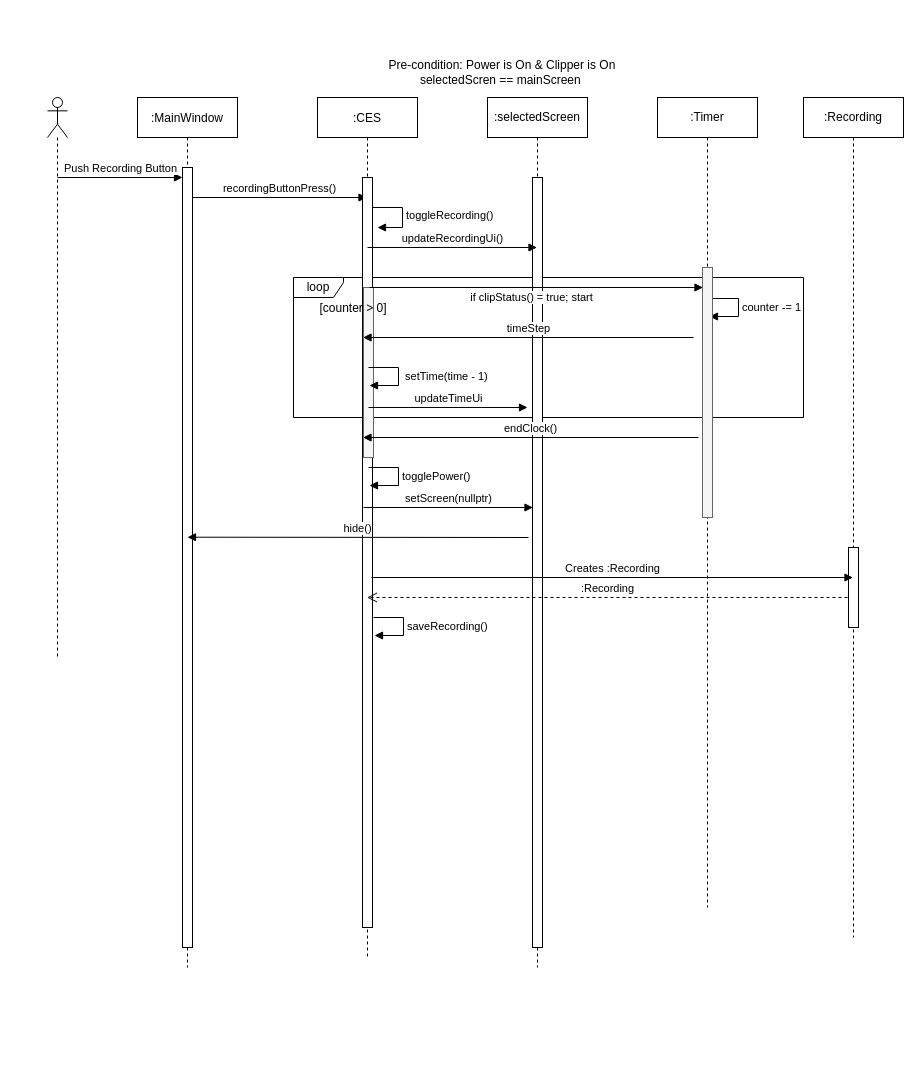
Above: page "Page-2" (2 of 3) of Documentation/scenario.drawio in willwright1213/CESSimulator (draw.io), before the change. Source tidied: cells renumbered, new cells numbered last; positions are measured from the earlier drawing's top-left corner, leaving out a move shared by most shapes. Both pictures are drawn from the tidied source at 100%, with x=0, y=0 at pixel (47, 57).
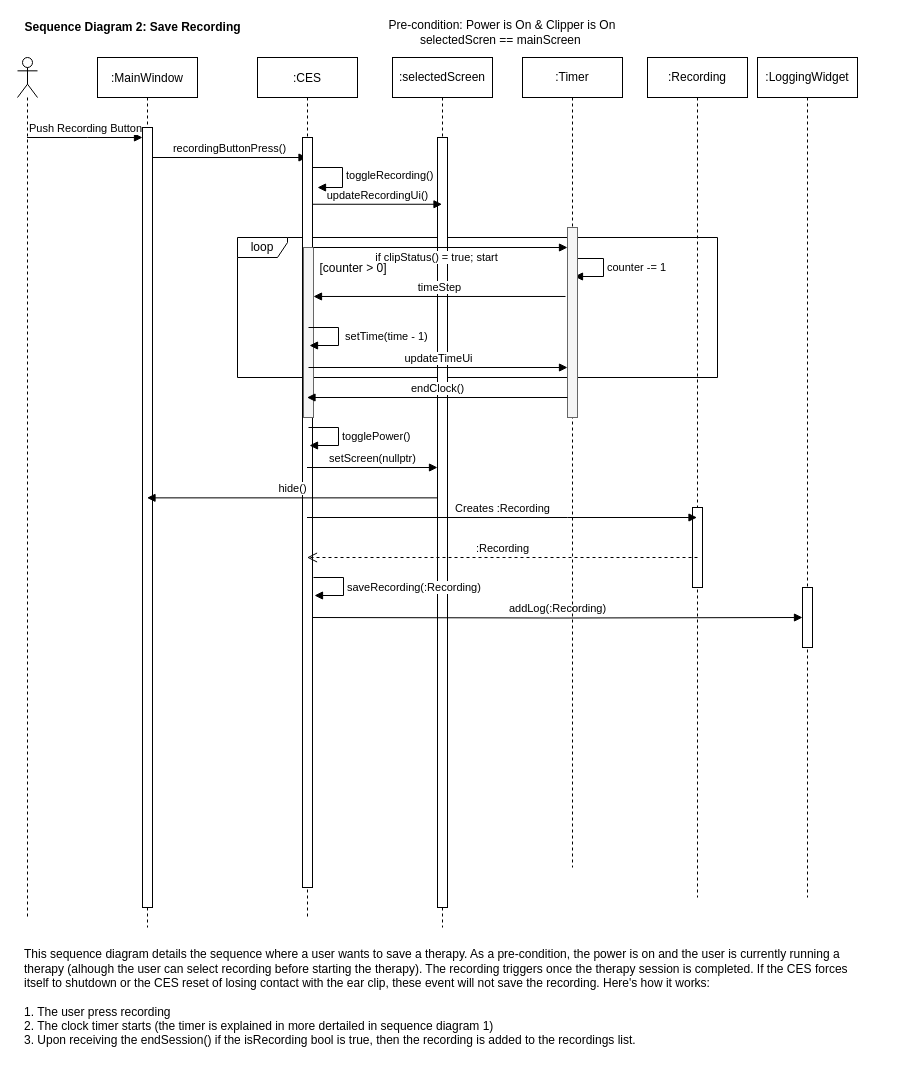
The same page after the edit.

The change refers to these unchanged cells:
```xml
<mxCell id="5" style="points=[];perimeter=orthogonalPerimeter;rounded=0;shadow=0;strokeWidth=1;" parent="4" vertex="1">
  <mxGeometry x="45" y="70" width="10" height="780" as="geometry" />
</mxCell>
<mxCell id="8" style="points=[];perimeter=orthogonalPerimeter;rounded=0;shadow=0;strokeWidth=1;" parent="7" vertex="1">
  <mxGeometry x="45" y="80" width="10" height="750" as="geometry" />
</mxCell>
<mxCell id="9" style="html=1;points=[];perimeter=orthogonalPerimeter;fillColor=#f5f5f5;fontColor=#333333;strokeColor=#666666;" parent="7" vertex="1">
  <mxGeometry x="46" y="190" width="10" height="170" as="geometry" />
</mxCell>
```

The edit, as a diff of the source:
```diff
@@
     <mxCell id="2" value="loop" style="shape=umlFrame;whiteSpace=wrap;html=1;width=50;height=20;" parent="1" vertex="1">
-      <mxGeometry x="246" y="220" width="510" height="140" as="geometry" />
+      <mxGeometry x="190" y="180" width="480" height="140" as="geometry" />
     </mxCell>
     <mxCell id="3" value=":selectedScreen" style="shape=umlLifeline;perimeter=lifelinePerimeter;whiteSpace=wrap;html=1;outlineConnect=0;" parent="1" vertex="1">
-      <mxGeometry x="440" y="40" width="100" height="870" as="geometry" />
+      <mxGeometry x="345" width="100" height="870" as="geometry" />
     </mxCell>
+    <mxCell id="15" style="html=1;points=[];perimeter=orthogonalPerimeter;" parent="3" vertex="1">
+      <mxGeometry x="45" y="80" width="10" height="770" as="geometry" />
+    </mxCell>
     <mxCell id="4" value=":MainWindow" style="shape=umlLifeline;perimeter=lifelinePerimeter;rounded=0;shadow=0;strokeWidth=1;" parent="1" vertex="1">
-      <mxGeometry x="90" y="40" width="100" height="870" as="geometry" />
+      <mxGeometry x="50" width="100" height="870" as="geometry" />
     </mxCell>
@@
     <mxCell id="7" value=":CES" style="shape=umlLifeline;perimeter=lifelinePerimeter;rounded=0;shadow=0;strokeWidth=1;" parent="1" vertex="1">
-      <mxGeometry x="270" y="40" width="100" height="860" as="geometry" />
+      <mxGeometry x="210" width="100" height="860" as="geometry" />
     </mxCell>
@@
-    <mxCell id="11" value="updateTimeUi" style="html=1;verticalAlign=bottom;endArrow=block;rounded=0;exitX=-0.2;exitY=0.75;exitDx=0;exitDy=0;exitPerimeter=0;" parent="7" edge="1">
+    <mxCell id="11" value="updateTimeUi" style="html=1;verticalAlign=bottom;endArrow=block;rounded=0;exitX=-0.2;exitY=0.75;exitDx=0;exitDy=0;exitPerimeter=0;" parent="7" edge="1" target="20">
       <mxGeometry relative="1" as="geometry">
         <mxPoint x="51" y="310" as="sourcePoint" />
-        <mxPoint x="210" y="310" as="targetPoint" />
       </mxGeometry>
     </mxCell>
@@
-    <mxCell id="14" value="saveRecording()" style="edgeStyle=orthogonalEdgeStyle;html=1;align=left;spacingLeft=2;endArrow=block;rounded=0;entryX=1.1;entryY=0.175;entryDx=0;entryDy=0;entryPerimeter=0;" parent="7" edge="1">
-      <mxGeometry relative="1" as="geometry">
+    <mxCell id="14" value="saveRecording(:Recording)" style="edgeStyle=orthogonalEdgeStyle;html=1;align=left;spacingLeft=2;endArrow=block;rounded=0;entryX=1.1;entryY=0.175;entryDx=0;entryDy=0;entryPerimeter=0;" parent="7" edge="1">
+      <mxGeometry x="0.04" relative="1" as="geometry">
         <mxPoint x="56" y="520" as="sourcePoint" />
         <mxPoint x="57" y="538" as="targetPoint" />
         <Array as="points">
           <mxPoint x="86" y="520" />
           <mxPoint x="86" y="538" />
         </Array>
       </mxGeometry>
     </mxCell>
-    <mxCell id="15" style="html=1;points=[];perimeter=orthogonalPerimeter;" parent="1" vertex="1">
-      <mxGeometry x="485" y="120" width="10" height="770" as="geometry" />
-    </mxCell>
+    <mxCell id="33" value="addLog(:Recording)" style="html=1;verticalAlign=bottom;endArrow=block;rounded=0;edgeStyle=orthogonalEdgeStyle;" parent="7" edge="1" target="35">
+      <mxGeometry relative="1" as="geometry">
+        <mxPoint x="55" y="560" as="sourcePoint" />
+      </mxGeometry>
+    </mxCell>
     <mxCell id="16" style="shape=umlLifeline;participant=umlActor;perimeter=lifelinePerimeter;whiteSpace=wrap;html=1;verticalAlign=top;spacingTop=36;outlineConnect=0;" parent="1" vertex="1">
-      <mxGeometry y="40" width="20" height="560" as="geometry" />
+      <mxGeometry x="-30" width="20" height="860" as="geometry" />
     </mxCell>
     <mxCell id="17" value=":Timer" style="shape=umlLifeline;perimeter=lifelinePerimeter;whiteSpace=wrap;html=1;" parent="1" vertex="1">
-      <mxGeometry x="610" y="40" width="100" height="810" as="geometry" />
+      <mxGeometry x="475" width="100" height="810" as="geometry" />
     </mxCell>
@@
-    <mxCell id="19" value="timeStep" style="html=1;verticalAlign=bottom;endArrow=block;rounded=0;" parent="17" edge="1">
-      <mxGeometry relative="1" as="geometry">
-        <mxPoint x="36" y="240" as="sourcePoint" />
-        <mxPoint x="-294.5" y="240" as="targetPoint" />
-      </mxGeometry>
-    </mxCell>
-    <mxCell id="20" style="html=1;points=[];perimeter=orthogonalPerimeter;fillColor=#f5f5f5;fontColor=#333333;strokeColor=#666666;" parent="1" vertex="1">
-      <mxGeometry x="655" y="210" width="10" height="250" as="geometry" />
+    <mxCell id="20" style="html=1;points=[];perimeter=orthogonalPerimeter;fillColor=#f5f5f5;fontColor=#333333;strokeColor=#666666;" parent="17" vertex="1">
+      <mxGeometry x="45" y="170" width="10" height="190" as="geometry" />
     </mxCell>
-    <mxCell id="21" value="if clipStatus() = true; start" style="html=1;verticalAlign=bottom;endArrow=block;rounded=0;" parent="1" edge="1">
+    <mxCell id="21" value="if clipStatus() = true; start" style="html=1;verticalAlign=bottom;endArrow=block;rounded=0;" parent="1" edge="1" source="9">
       <mxGeometry x="-0.03" y="-19" relative="1" as="geometry">
-        <mxPoint x="322" y="230" as="sourcePoint" />
-        <mxPoint x="655.5" y="230" as="targetPoint" />
+        <mxPoint x="520" y="190" as="targetPoint" />
       </mxGeometry>
     </mxCell>
     <mxCell id="22" value="[counter &amp;gt; 0]" style="text;html=1;strokeColor=none;fillColor=none;align=center;verticalAlign=middle;whiteSpace=wrap;rounded=0;" parent="1" vertex="1">
-      <mxGeometry x="266" y="242.5" width="80" height="17.5" as="geometry" />
+      <mxGeometry x="266" y="202.5" width="80" height="17.5" as="geometry" />
     </mxCell>
-    <mxCell id="23" value="endClock()" style="html=1;verticalAlign=bottom;endArrow=block;rounded=0;exitX=-0.2;exitY=0.75;exitDx=0;exitDy=0;exitPerimeter=0;" parent="1" edge="1">
+    <mxCell id="23" value="endClock()" style="html=1;verticalAlign=bottom;endArrow=block;rounded=0;" parent="1" edge="1" target="7">
       <mxGeometry relative="1" as="geometry">
-        <mxPoint x="651" y="380" as="sourcePoint" />
-        <mxPoint x="315.5" y="380" as="targetPoint" />
+        <mxPoint x="520" y="340" as="sourcePoint" />
       </mxGeometry>
     </mxCell>
-    <mxCell id="24" value="setScreen(nullptr)" style="html=1;verticalAlign=bottom;endArrow=block;rounded=0;exitX=-0.2;exitY=0.75;exitDx=0;exitDy=0;exitPerimeter=0;" parent="1" edge="1">
+    <mxCell id="24" value="setScreen(nullptr)" style="html=1;verticalAlign=bottom;endArrow=block;rounded=0;" parent="1" edge="1" source="7">
       <mxGeometry relative="1" as="geometry">
-        <mxPoint x="316" y="450" as="sourcePoint" />
-        <mxPoint x="485.5" y="450" as="targetPoint" />
+        <mxPoint x="390" y="410" as="targetPoint" />
       </mxGeometry>
     </mxCell>
-    <mxCell id="25" value="hide()" style="html=1;verticalAlign=bottom;endArrow=block;rounded=0;exitX=-0.2;exitY=0.75;exitDx=0;exitDy=0;exitPerimeter=0;entryX=0.9;entryY=0.974;entryDx=0;entryDy=0;entryPerimeter=0;" parent="1" edge="1">
-      <mxGeometry relative="1" as="geometry">
-        <mxPoint x="481" y="480" as="sourcePoint" />
-        <mxPoint x="140" y="479.7" as="targetPoint" />
-      </mxGeometry>
+    <mxCell id="25" value="hide()" style="html=1;verticalAlign=bottom;endArrow=block;rounded=0;exitX=0;exitY=0.468;exitDx=0;exitDy=0;exitPerimeter=0;" parent="1" edge="1" source="15" target="4">
+      <mxGeometry relative="1" as="geometry" />
     </mxCell>
-    <mxCell id="26" value="Push Recording Button" style="html=1;verticalAlign=bottom;endArrow=block;rounded=0;" parent="1" edge="1" target="5">
+    <mxCell id="26" value="Push Recording Button" style="html=1;verticalAlign=bottom;endArrow=block;rounded=0;" parent="1" edge="1" source="16" target="5">
       <mxGeometry relative="1" as="geometry">
-        <mxPoint x="10" y="120" as="sourcePoint" />
+        <Array as="points">
+          <mxPoint x="40" y="80" />
+        </Array>
       </mxGeometry>
     </mxCell>
-    <mxCell id="27" value="updateRecordingUi()" style="html=1;verticalAlign=bottom;endArrow=block;rounded=0;" parent="1" edge="1" target="3">
+    <mxCell id="27" value="updateRecordingUi()" style="html=1;verticalAlign=bottom;endArrow=block;rounded=0;exitX=1;exitY=0.089;exitDx=0;exitDy=0;exitPerimeter=0;edgeStyle=orthogonalEdgeStyle;" parent="1" edge="1" source="8" target="3">
       <mxGeometry relative="1" as="geometry">
-        <mxPoint x="320" y="190" as="sourcePoint" />
+        <Array as="points">
+          <mxPoint x="370" y="147" />
+          <mxPoint x="370" y="147" />
+        </Array>
       </mxGeometry>
     </mxCell>
     <mxCell id="28" value="Pre-condition: Power is On &amp;amp; Clipper is On&lt;br&gt;selectedScren == mainScreen&amp;nbsp;" style="text;html=1;strokeColor=none;fillColor=none;align=center;verticalAlign=middle;whiteSpace=wrap;rounded=0;" parent="1" vertex="1">
-      <mxGeometry x="310" width="290" height="30" as="geometry" />
+      <mxGeometry x="310" y="-40" width="290" height="30" as="geometry" />
     </mxCell>
     <mxCell id="29" value=":Recording" style="shape=umlLifeline;perimeter=lifelinePerimeter;whiteSpace=wrap;html=1;outlineConnect=0;" parent="1" vertex="1">
-      <mxGeometry x="756" y="40" width="100" height="840" as="geometry" />
+      <mxGeometry x="600" width="100" height="840" as="geometry" />
     </mxCell>
@@
-    <mxCell id="31" value="Creates :Recording" style="html=1;verticalAlign=bottom;endArrow=block;rounded=0;exitX=-0.2;exitY=0.75;exitDx=0;exitDy=0;exitPerimeter=0;" parent="1" edge="1" target="29">
+    <mxCell id="31" value="Creates :Recording" style="html=1;verticalAlign=bottom;endArrow=block;rounded=0;" parent="1" edge="1" source="7" target="29">
       <mxGeometry relative="1" as="geometry">
-        <mxPoint x="324" y="520" as="sourcePoint" />
+        <Array as="points">
+          <mxPoint x="520" y="460" />
+        </Array>
       </mxGeometry>
     </mxCell>
     <mxCell id="32" value=":Recording" style="html=1;verticalAlign=bottom;endArrow=open;dashed=1;endSize=8;rounded=0;" parent="1" edge="1" target="7">
       <mxGeometry relative="1" as="geometry">
-        <mxPoint x="800" y="540" as="sourcePoint" />
+        <mxPoint x="650" y="500" as="sourcePoint" />
       </mxGeometry>
     </mxCell>
+    <mxCell id="34" value=":LoggingWidget" style="shape=umlLifeline;perimeter=lifelinePerimeter;whiteSpace=wrap;html=1;" parent="1" vertex="1">
+      <mxGeometry x="710" width="100" height="840" as="geometry" />
+    </mxCell>
+    <mxCell id="35" style="html=1;points=[];perimeter=orthogonalPerimeter;" parent="34" vertex="1">
+      <mxGeometry x="45" y="530" width="10" height="60" as="geometry" />
+    </mxCell>
+    <mxCell id="36" value="Sequence Diagram 2: Save Recording" style="text;html=1;align=center;verticalAlign=middle;strokeColor=none;fillColor=none;fontStyle=1;" parent="1" vertex="1">
+      <mxGeometry x="-30" y="-40" width="230" height="20" as="geometry" />
+    </mxCell>
+    <mxCell id="19" value="timeStep" style="html=1;verticalAlign=bottom;endArrow=block;rounded=0;exitX=-0.2;exitY=0.363;exitDx=0;exitDy=0;exitPerimeter=0;" parent="1" edge="1" source="20" target="9">
+      <mxGeometry relative="1" as="geometry" />
+    </mxCell>
+    <mxCell id="37" value="This sequence diagram details the sequence where a user wants to save a therapy. As a pre-condition, the power is on and the user is currently running a&lt;br&gt;therapy (alhough the user can select recording before starting the therapy). The recording triggers once the therapy session is completed. If the CES forces&lt;br&gt;itself to shutdown or the CES reset of losing contact with the ear clip, these event will not save the recording. Here's how it works:&lt;br&gt;&lt;br&gt;1. The user press recording&lt;br&gt;2. The clock timer starts (the timer is explained in more dertailed in sequence diagram 1)&lt;br&gt;3. Upon receiving the endSession() if the isRecording bool is true, then the recording is added to the recordings list." style="text;html=1;align=left;verticalAlign=middle;" parent="1" vertex="1">
+      <mxGeometry x="-25" y="890" width="840" height="100" as="geometry" />
+    </mxCell>
```
